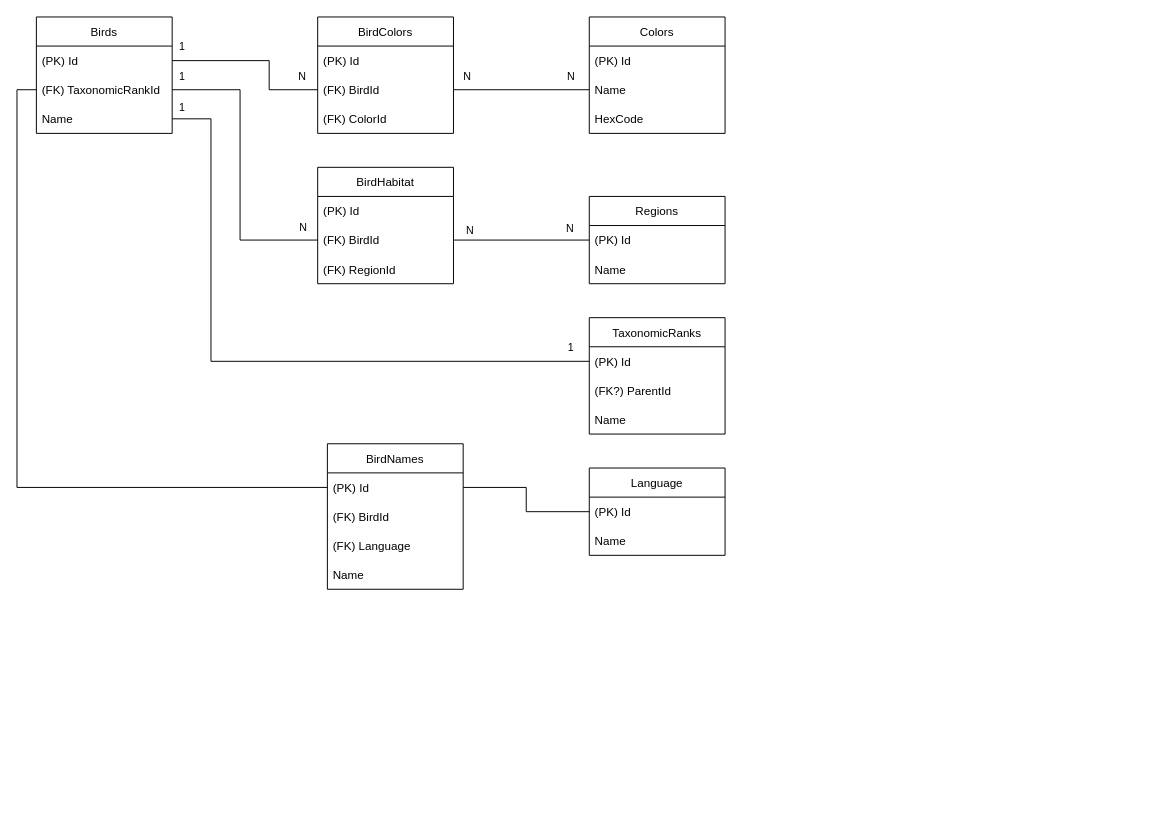
Before: Woodnote - Diagrams/Woodnote DB Scheme.drawio in capsSadSack/Woodnote, a draw.io diagram. Source tidied: cells renumbered, new cells numbered last; positions are measured from the earlier drawing's top-left corner, leaving out a move shared by most shapes. Both pictures are drawn from the tidied source at 97%, with x=0, y=0 at pixel (36, 16).
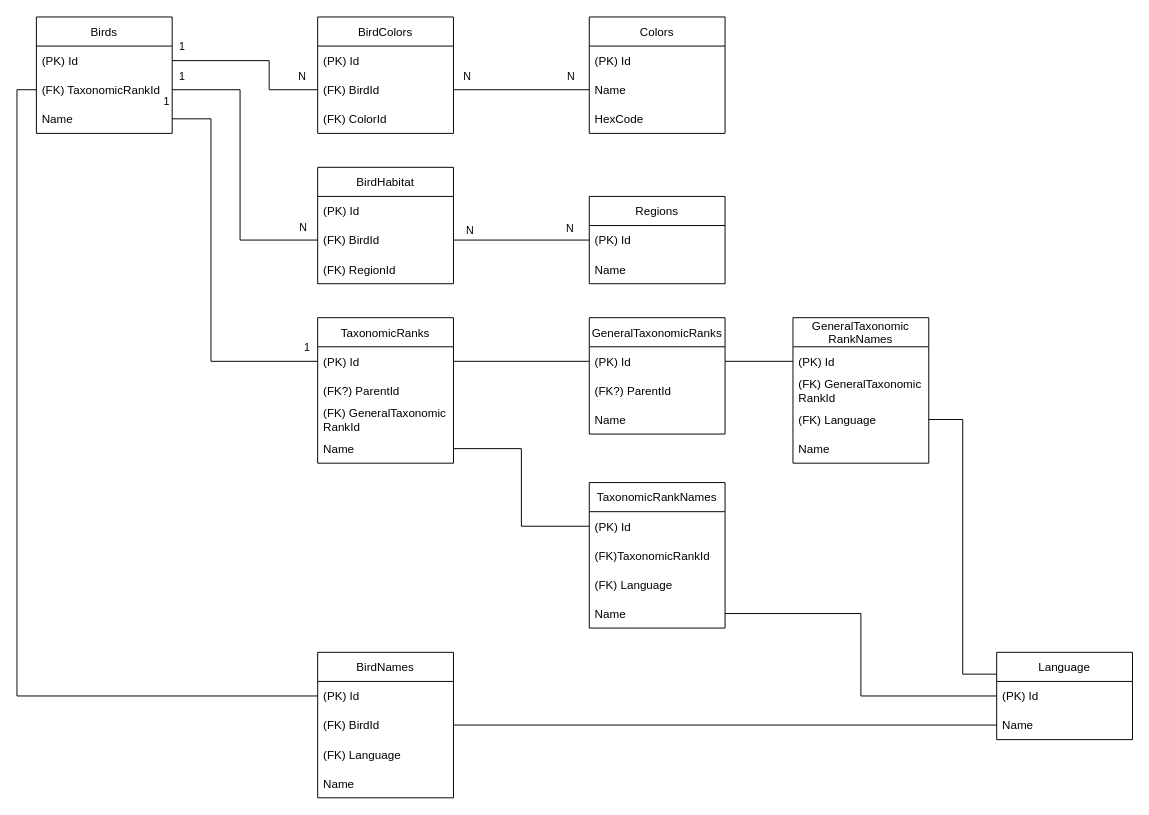
The same page after the edit.

The change refers to these unchanged cells:
```xml
<mxCell id="10" value="(PK) Id" style="text;strokeColor=none;fillColor=none;align=left;verticalAlign=middle;spacingLeft=4;spacingRight=4;overflow=hidden;points=[[0,0.5],[1,0.5]];portConstraint=eastwest;" parent="9" vertex="1">
  <mxGeometry y="30" width="140" height="30" as="geometry" />
</mxCell>
<mxCell id="41" value="(PK) Id" style="text;strokeColor=none;fillColor=none;align=left;verticalAlign=middle;spacingLeft=4;spacingRight=4;overflow=hidden;points=[[0,0.5],[1,0.5]];portConstraint=eastwest;" parent="40" vertex="1">
  <mxGeometry y="30" width="140" height="30" as="geometry" />
</mxCell>
<mxCell id="42" value="Name" style="text;strokeColor=none;fillColor=none;align=left;verticalAlign=middle;spacingLeft=4;spacingRight=4;overflow=hidden;points=[[0,0.5],[1,0.5]];portConstraint=eastwest;" parent="40" vertex="1">
  <mxGeometry y="60" width="140" height="30" as="geometry" />
</mxCell>
<mxCell id="44" value="(PK) Id" style="text;strokeColor=none;fillColor=none;align=left;verticalAlign=middle;spacingLeft=4;spacingRight=4;overflow=hidden;points=[[0,0.5],[1,0.5]];portConstraint=eastwest;" parent="43" vertex="1">
  <mxGeometry y="30" width="140" height="30" as="geometry" />
</mxCell>
<mxCell id="45" value="(FK) BirdId" style="text;strokeColor=none;fillColor=none;align=left;verticalAlign=middle;spacingLeft=4;spacingRight=4;overflow=hidden;points=[[0,0.5],[1,0.5]];portConstraint=eastwest;" parent="43" vertex="1">
  <mxGeometry y="60" width="140" height="30" as="geometry" />
</mxCell>
```

Diff of the diagram source:
```diff
@@
     <mxCell id="9" value="TaxonomicRanks" style="swimlane;fontStyle=0;horizontal=1;startSize=30;" parent="1" vertex="1">
-      <mxGeometry x="570" y="310" width="140" height="120" as="geometry" />
+      <mxGeometry x="290" y="310" width="140" height="150" as="geometry" />
     </mxCell>
@@
+    <mxCell id="50" value="(FK) GeneralTaxonomic&#10;RankId" style="text;strokeColor=none;fillColor=none;align=left;verticalAlign=middle;spacingLeft=4;spacingRight=4;overflow=hidden;" parent="9" vertex="1">
+      <mxGeometry y="90" width="140" height="30" as="geometry" />
+    </mxCell>
     <mxCell id="12" value="Name" style="text;strokeColor=none;fillColor=none;align=left;verticalAlign=middle;spacingLeft=4;spacingRight=4;overflow=hidden;points=[[0,0.5],[1,0.5]];portConstraint=eastwest;" parent="9" vertex="1">
-      <mxGeometry y="90" width="140" height="30" as="geometry" />
+      <mxGeometry y="120" width="140" height="30" as="geometry" />
     </mxCell>
@@
     <mxCell id="40" value="Language" style="swimlane;fontStyle=0;horizontal=1;startSize=30;" parent="1" vertex="1">
-      <mxGeometry x="570" y="465" width="140" height="90" as="geometry" />
+      <mxGeometry x="990" y="655" width="140" height="90" as="geometry" />
     </mxCell>
@@
     <mxCell id="43" value="BirdNames" style="swimlane;fontStyle=0;horizontal=1;startSize=30;" parent="1" vertex="1">
-      <mxGeometry x="300" y="440" width="140" height="150" as="geometry" />
+      <mxGeometry x="290" y="655" width="140" height="150" as="geometry" />
     </mxCell>
@@
-    <mxCell id="49" style="edgeStyle=orthogonalEdgeStyle;rounded=0;jettySize=auto;html=1;exitX=0;exitY=0.5;exitDx=0;exitDy=0;entryX=1;entryY=0.5;entryDx=0;entryDy=0;endArrow=none;endFill=0;" parent="1" edge="1" source="41" target="44">
+    <mxCell id="49" style="edgeStyle=orthogonalEdgeStyle;rounded=0;jettySize=auto;html=1;exitX=0;exitY=0.5;exitDx=0;exitDy=0;entryX=1;entryY=0.5;entryDx=0;entryDy=0;endArrow=none;endFill=0;" parent="1" edge="1" source="42" target="45">
       <mxGeometry relative="1" as="geometry" />
     </mxCell>
+    <mxCell id="51" value="GeneralTaxonomicRanks" style="swimlane;fontStyle=0;horizontal=1;startSize=30;" parent="1" vertex="1">
+      <mxGeometry x="570" y="310" width="140" height="120" as="geometry" />
+    </mxCell>
+    <mxCell id="52" value="(PK) Id" style="text;strokeColor=none;fillColor=none;align=left;verticalAlign=middle;spacingLeft=4;spacingRight=4;overflow=hidden;points=[[0,0.5],[1,0.5]];portConstraint=eastwest;" parent="51" vertex="1">
+      <mxGeometry y="30" width="140" height="30" as="geometry" />
+    </mxCell>
+    <mxCell id="53" value="(FK?) ParentId" style="text;strokeColor=none;fillColor=none;align=left;verticalAlign=middle;spacingLeft=4;spacingRight=4;overflow=hidden;" parent="51" vertex="1">
+      <mxGeometry y="60" width="140" height="30" as="geometry" />
+    </mxCell>
+    <mxCell id="54" value="Name" style="text;strokeColor=none;fillColor=none;align=left;verticalAlign=middle;spacingLeft=4;spacingRight=4;overflow=hidden;" parent="51" vertex="1">
+      <mxGeometry y="90" width="140" height="30" as="geometry" />
+    </mxCell>
+    <mxCell id="55" value="TaxonomicRankNames" style="swimlane;fontStyle=0;horizontal=1;startSize=30;" parent="1" vertex="1">
+      <mxGeometry x="570" y="480" width="140" height="150" as="geometry" />
+    </mxCell>
+    <mxCell id="56" value="(PK) Id" style="text;strokeColor=none;fillColor=none;align=left;verticalAlign=middle;spacingLeft=4;spacingRight=4;overflow=hidden;points=[[0,0.5],[1,0.5]];portConstraint=eastwest;" parent="55" vertex="1">
+      <mxGeometry y="30" width="140" height="30" as="geometry" />
+    </mxCell>
+    <mxCell id="57" value="(FK)TaxonomicRankId" style="text;strokeColor=none;fillColor=none;align=left;verticalAlign=middle;spacingLeft=4;spacingRight=4;overflow=hidden;" parent="55" vertex="1">
+      <mxGeometry y="60" width="140" height="30" as="geometry" />
+    </mxCell>
+    <mxCell id="58" value="(FK) Language" style="text;strokeColor=none;fillColor=none;align=left;verticalAlign=middle;spacingLeft=4;spacingRight=4;overflow=hidden;" parent="55" vertex="1">
+      <mxGeometry y="90" width="140" height="30" as="geometry" />
+    </mxCell>
+    <mxCell id="59" value="Name" style="text;strokeColor=none;fillColor=none;align=left;verticalAlign=middle;spacingLeft=4;spacingRight=4;overflow=hidden;points=[[0,0.5],[1,0.5]];portConstraint=eastwest;" parent="55" vertex="1">
+      <mxGeometry y="120" width="140" height="30" as="geometry" />
+    </mxCell>
+    <mxCell id="60" value="GeneralTaxonomic&#10;RankNames" style="swimlane;fontStyle=0;horizontal=1;startSize=30;" parent="1" vertex="1">
+      <mxGeometry x="780" y="310" width="140" height="150" as="geometry" />
+    </mxCell>
+    <mxCell id="61" value="(PK) Id" style="text;strokeColor=none;fillColor=none;align=left;verticalAlign=middle;spacingLeft=4;spacingRight=4;overflow=hidden;points=[[0,0.5],[1,0.5]];portConstraint=eastwest;" parent="60" vertex="1">
+      <mxGeometry y="30" width="140" height="30" as="geometry" />
+    </mxCell>
+    <mxCell id="62" value="(FK) GeneralTaxonomic&#10;RankId" style="text;strokeColor=none;fillColor=none;align=left;verticalAlign=middle;spacingLeft=4;spacingRight=4;overflow=hidden;" parent="60" vertex="1">
+      <mxGeometry y="60" width="140" height="30" as="geometry" />
+    </mxCell>
+    <mxCell id="63" value="(FK) Language" style="text;strokeColor=none;fillColor=none;align=left;verticalAlign=middle;spacingLeft=4;spacingRight=4;overflow=hidden;points=[[0,0.5],[1,0.5]];portConstraint=eastwest;" parent="60" vertex="1">
+      <mxGeometry y="90" width="140" height="30" as="geometry" />
+    </mxCell>
+    <mxCell id="64" value="Name" style="text;strokeColor=none;fillColor=none;align=left;verticalAlign=middle;spacingLeft=4;spacingRight=4;overflow=hidden;" parent="60" vertex="1">
+      <mxGeometry y="120" width="140" height="30" as="geometry" />
+    </mxCell>
+    <mxCell id="65" style="edgeStyle=orthogonalEdgeStyle;rounded=0;jettySize=auto;html=1;exitX=1;exitY=0.5;exitDx=0;exitDy=0;entryX=0;entryY=0.25;entryDx=0;entryDy=0;endArrow=none;endFill=0;" parent="1" edge="1" source="63" target="40">
+      <mxGeometry relative="1" as="geometry" />
+    </mxCell>
+    <mxCell id="66" style="edgeStyle=orthogonalEdgeStyle;rounded=0;jettySize=auto;html=1;exitX=1;exitY=0.5;exitDx=0;exitDy=0;entryX=0;entryY=0.5;entryDx=0;entryDy=0;endArrow=none;endFill=0;" parent="1" edge="1" source="59" target="41">
+      <mxGeometry relative="1" as="geometry" />
+    </mxCell>
+    <mxCell id="67" style="edgeStyle=orthogonalEdgeStyle;rounded=0;jettySize=auto;html=1;exitX=0;exitY=0.5;exitDx=0;exitDy=0;entryX=1;entryY=0.5;entryDx=0;entryDy=0;endArrow=none;endFill=0;" parent="1" edge="1" source="56" target="12">
+      <mxGeometry relative="1" as="geometry" />
+    </mxCell>
+    <mxCell id="68" style="edgeStyle=orthogonalEdgeStyle;rounded=0;jettySize=auto;html=1;exitX=0;exitY=0.5;exitDx=0;exitDy=0;entryX=1;entryY=0.5;entryDx=0;entryDy=0;endArrow=none;endFill=0;" parent="1" edge="1" source="52" target="10">
+      <mxGeometry relative="1" as="geometry" />
+    </mxCell>
+    <mxCell id="69" style="edgeStyle=orthogonalEdgeStyle;rounded=0;jettySize=auto;html=1;exitX=0;exitY=0.5;exitDx=0;exitDy=0;entryX=1;entryY=0.5;entryDx=0;entryDy=0;endArrow=none;endFill=0;" parent="1" edge="1" source="61" target="52">
+      <mxGeometry relative="1" as="geometry" />
+    </mxCell>
```
